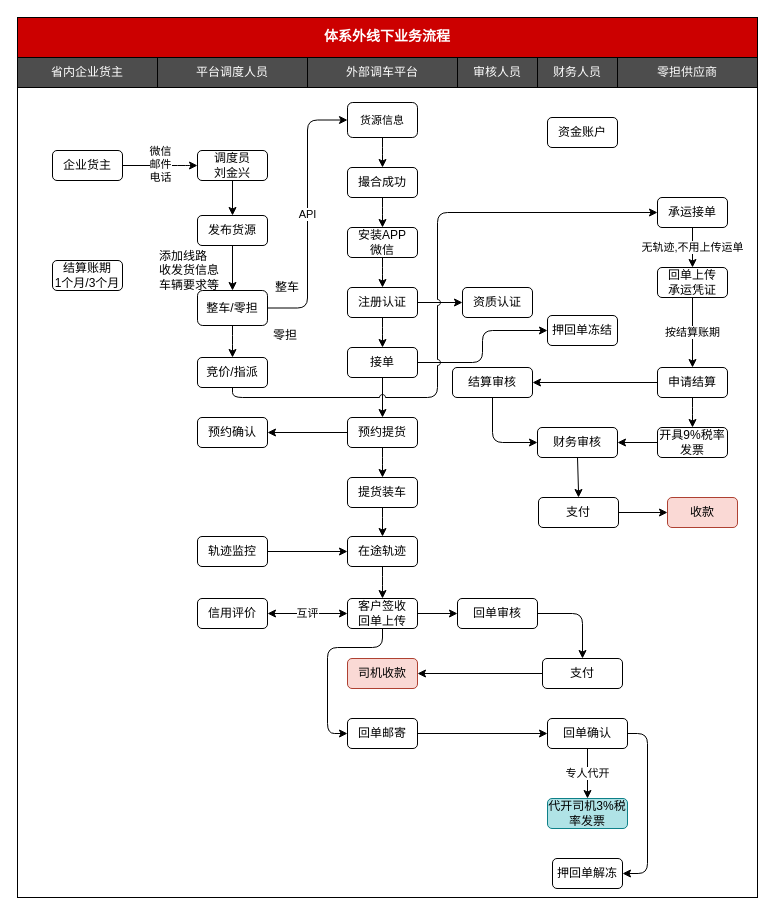
The draw.io diagram 体系外线上业务流程.drawio in chenyibang/rdpwrap, before the edit. Source tidied: cells renumbered, new cells numbered last; positions are measured from the earlier drawing's top-left corner, leaving out a move shared by most shapes. Both pictures are drawn from the tidied source at 100%, with x=0, y=0 at pixel (17, 17).
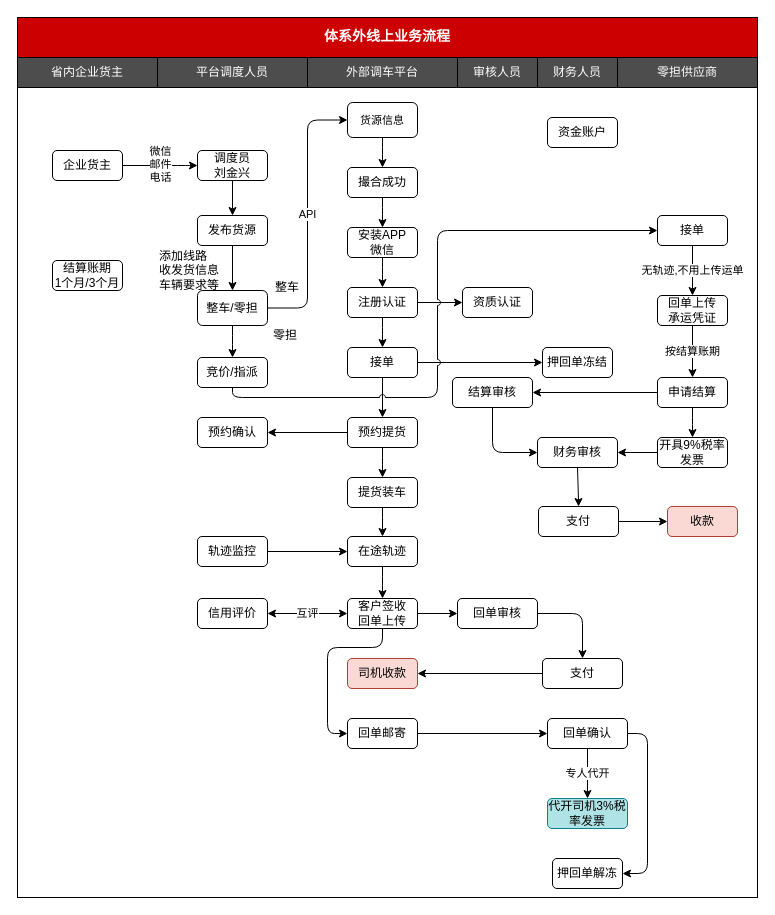
After the change.

Commit message (it also covers changes not shown here):
更新体系外线上业务流程.drawio

The change refers to these unchanged cells:
```xml
<mxCell id="74" value="竞价/指派" style="rounded=1;whiteSpace=wrap;html=1;" parent="1" vertex="1">
  <mxGeometry x="180" y="340" width="70" height="30" as="geometry" />
</mxCell>
```

Change to the diagram source:
```diff
@@
-    <mxCell id="6" value="体系外线下业务流程" style="rounded=0;whiteSpace=wrap;html=1;fillColor=#CC0000;fontColor=#FFFFFF;fontSize=14;fontStyle=1;fontFamily=Courier New;" parent="1" vertex="1">
+    <mxCell id="6" value="体系外线上业务流程" style="rounded=0;whiteSpace=wrap;html=1;fillColor=#CC0000;fontColor=#FFFFFF;fontSize=14;fontStyle=1;fontFamily=Courier New;" parent="1" vertex="1">
       <mxGeometry width="740" height="40" as="geometry" />
     </mxCell>
@@
     <mxCell id="16" value="申请结算" style="rounded=1;whiteSpace=wrap;html=1;" parent="1" vertex="1">
-      <mxGeometry x="640" y="350" width="70" height="30" as="geometry" />
+      <mxGeometry x="640" y="360" width="70" height="30" as="geometry" />
     </mxCell>
@@
     <mxCell id="18" value="结算审核" style="rounded=1;whiteSpace=wrap;html=1;" parent="1" vertex="1">
-      <mxGeometry x="435" y="350" width="80" height="30" as="geometry" />
+      <mxGeometry x="435" y="360" width="80" height="30" as="geometry" />
     </mxCell>
@@
     <mxCell id="28" value="收款" style="rounded=1;whiteSpace=wrap;html=1;fillColor=#fad9d5;strokeColor=#ae4132;" parent="1" vertex="1">
-      <mxGeometry x="650" y="480" width="70" height="30" as="geometry" />
+      <mxGeometry x="650" y="489" width="70" height="30" as="geometry" />
     </mxCell>
@@
     <mxCell id="30" value="财务审核" style="rounded=1;whiteSpace=wrap;html=1;" parent="1" vertex="1">
-      <mxGeometry x="520" y="410" width="80" height="30" as="geometry" />
+      <mxGeometry x="520" y="420" width="80" height="30" as="geometry" />
     </mxCell>
@@
     <mxCell id="58" value="押回单冻结" style="rounded=1;whiteSpace=wrap;html=1;" parent="1" vertex="1">
-      <mxGeometry x="530" y="298" width="70" height="30" as="geometry" />
+      <mxGeometry x="525" y="330" width="70" height="30" as="geometry" />
     </mxCell>
@@
     <mxCell id="68" value="回单上传&lt;br&gt;承运凭证" style="rounded=1;whiteSpace=wrap;html=1;" parent="1" vertex="1">
-      <mxGeometry x="640" y="250" width="70" height="30" as="geometry" />
+      <mxGeometry x="640" y="278" width="70" height="30" as="geometry" />
     </mxCell>
@@
-    <mxCell id="70" value="承运接单" style="rounded=1;whiteSpace=wrap;html=1;" parent="1" vertex="1">
-      <mxGeometry x="640" y="180" width="70" height="30" as="geometry" />
+    <mxCell id="70" value="接单" style="rounded=1;whiteSpace=wrap;html=1;" parent="1" vertex="1">
+      <mxGeometry x="640" y="198" width="70" height="30" as="geometry" />
     </mxCell>
@@
-    <mxCell id="73" style="edgeStyle=orthogonalEdgeStyle;rounded=1;jumpStyle=arc;jettySize=auto;html=1;entryX=0;entryY=0.5;entryDx=0;entryDy=0;exitX=0.5;exitY=1;exitDx=0;exitDy=0;" parent="1" edge="1" source="74" target="70">
+    <mxCell id="73" style="edgeStyle=orthogonalEdgeStyle;rounded=1;jumpStyle=arc;jettySize=auto;html=1;entryX=0;entryY=0.5;entryDx=0;entryDy=0;startArrow=none;startFill=0;exitX=0.5;exitY=1;exitDx=0;exitDy=0;" parent="1" edge="1" source="74" target="70">
       <mxGeometry relative="1" as="geometry">
         <Array as="points">
           <mxPoint x="215" y="380" />
           <mxPoint x="420" y="380" />
-          <mxPoint x="420" y="195" />
+          <mxPoint x="420" y="213" />
         </Array>
       </mxGeometry>
     </mxCell>
@@
     <mxCell id="78" value="开具9%税率发票" style="rounded=1;whiteSpace=wrap;html=1;" parent="1" vertex="1">
-      <mxGeometry x="640" y="410" width="70" height="30" as="geometry" />
+      <mxGeometry x="640" y="420" width="70" height="30" as="geometry" />
     </mxCell>
@@
     <mxCell id="80" value="支付" style="rounded=1;whiteSpace=wrap;html=1;" parent="1" vertex="1">
-      <mxGeometry x="521" y="480" width="80" height="30" as="geometry" />
+      <mxGeometry x="521" y="489" width="80" height="30" as="geometry" />
     </mxCell>
```
